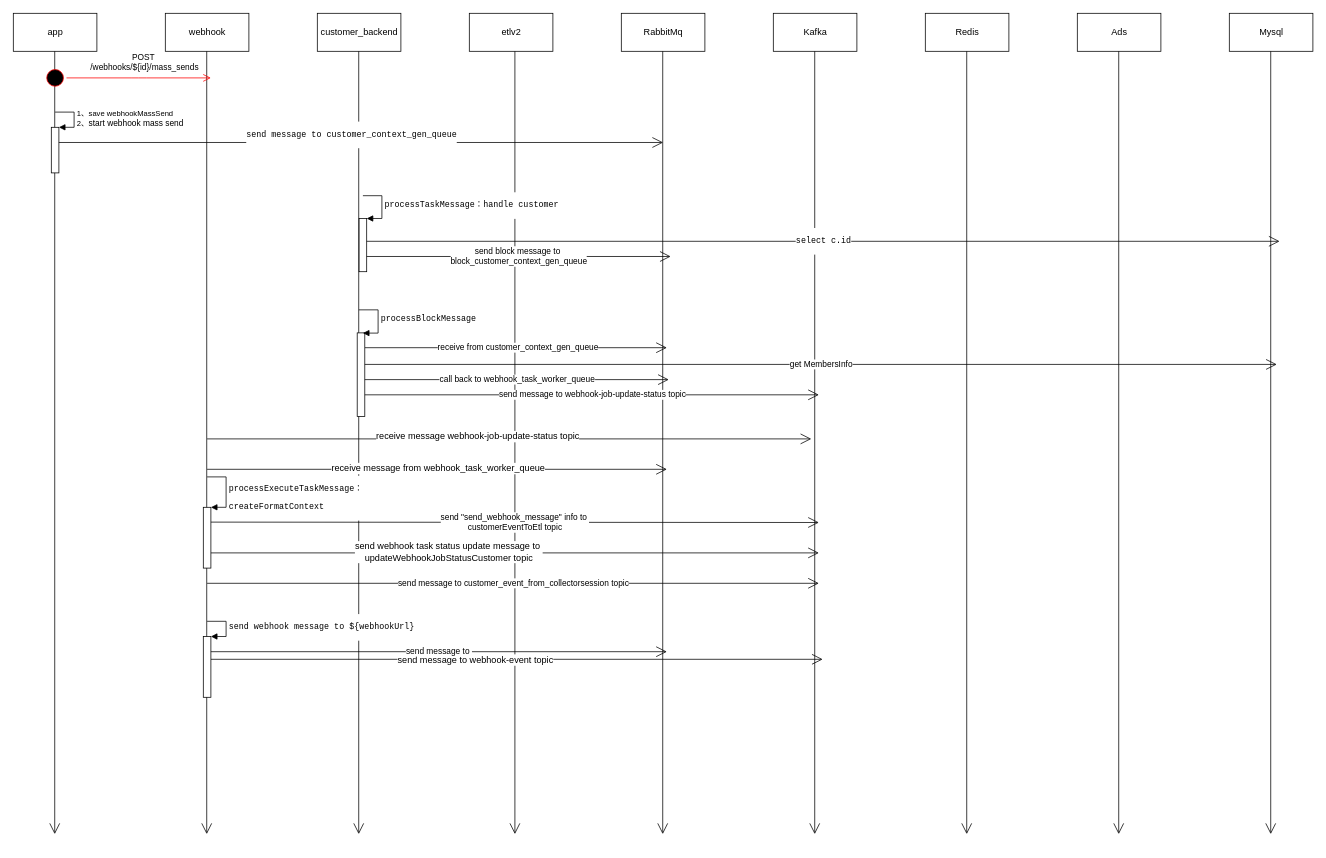
Before: Untitled Diagram.drawio in zqy16/Test, a draw.io diagram. Source tidied: cells renumbered, new cells numbered last; positions are measured from the earlier drawing's top-left corner, leaving out a move shared by most shapes. Both pictures are drawn from the tidied source at 76%, with x=0, y=0 at pixel (13, 13).
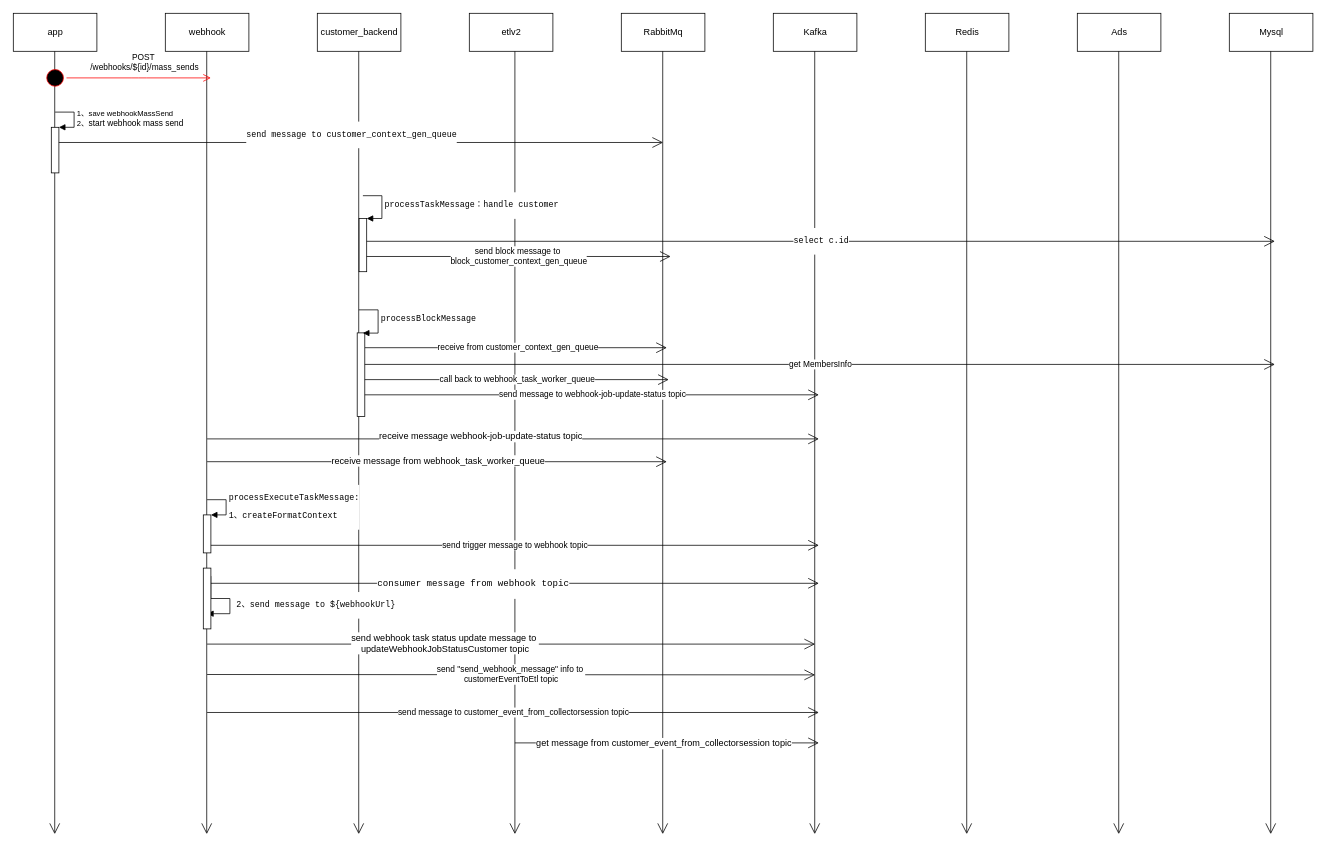
The same diagram, later.

The edit, as a diff of the source:
```diff
@@
     <mxCell id="29" value="&lt;pre&gt;&lt;span&gt;select c.id&lt;/span&gt;&lt;/pre&gt;" style="endArrow=open;endFill=1;endSize=12;html=1;" parent="1" edge="1">
       <mxGeometry relative="1" as="geometry">
         <mxPoint x="465" y="300" as="sourcePoint" />
-        <mxPoint x="1666.2" y="300" as="targetPoint" />
+        <mxPoint x="1660" y="300" as="targetPoint" />
       </mxGeometry>
     </mxCell>
@@
     <mxCell id="31" value="get&amp;nbsp;&lt;span&gt;MembersInfo&lt;/span&gt;" style="endArrow=open;endFill=1;endSize=12;html=1;" parent="1" edge="1">
       <mxGeometry relative="1" as="geometry">
         <mxPoint x="462.5" y="462" as="sourcePoint" />
-        <mxPoint x="1662.5" y="462" as="targetPoint" />
+        <mxPoint x="1660" y="462" as="targetPoint" />
       </mxGeometry>
     </mxCell>
@@
     <mxCell id="35" style="endArrow=open;endFill=1;endSize=12;html=1;" parent="1" edge="1">
       <mxGeometry relative="1" as="geometry">
-        <mxPoint x="255" y="600" as="sourcePoint" />
-        <mxPoint x="860" y="600" as="targetPoint" />
+        <mxPoint x="255" y="590" as="sourcePoint" />
+        <mxPoint x="860" y="590" as="targetPoint" />
       </mxGeometry>
     </mxCell>
@@
     <mxCell id="37" value="send message to&amp;nbsp;&lt;span&gt;customer_event_from_collectorsession topic&lt;/span&gt;&lt;br&gt;" style="endArrow=open;endFill=1;endSize=12;html=1;" parent="1" edge="1">
       <mxGeometry relative="1" as="geometry">
-        <mxPoint x="255" y="750" as="sourcePoint" />
-        <mxPoint x="1060" y="750" as="targetPoint" />
+        <mxPoint x="255" y="920" as="sourcePoint" />
+        <mxPoint x="1060" y="920" as="targetPoint" />
       </mxGeometry>
     </mxCell>
-    <mxCell id="38" style="endArrow=open;endFill=1;endSize=12;html=1;" parent="1" edge="1">
-      <mxGeometry relative="1" as="geometry">
-        <mxPoint x="260" y="850" as="sourcePoint" />
-        <mxPoint x="1065" y="850" as="targetPoint" />
-      </mxGeometry>
-    </mxCell>
-    <mxCell id="39" value="send message to&amp;nbsp;&lt;span&gt;webhook-event topic&lt;/span&gt;&lt;br&gt;" style="text;html=1;align=center;verticalAlign=middle;labelBackgroundColor=#ffffff;direction=south;" parent="38" vertex="1">
-      <mxGeometry x="-0.14" relative="1" as="geometry">
-        <mxPoint x="1" as="offset" />
-      </mxGeometry>
-    </mxCell>
     <mxCell id="40" style="endArrow=open;endFill=1;endSize=12;html=1;" parent="1" edge="1">
       <mxGeometry relative="1" as="geometry">
         <mxPoint x="255" y="560" as="sourcePoint" />
-        <mxPoint x="1050" y="560" as="targetPoint" />
+        <mxPoint x="1060" y="560" as="targetPoint" />
       </mxGeometry>
     </mxCell>
@@
-    <mxCell id="42" style="html=1;points=[];perimeter=orthogonalPerimeter;" parent="1" vertex="1">
-      <mxGeometry x="250" y="820" width="10" height="80" as="geometry" />
-    </mxCell>
-    <mxCell id="43" value="&lt;pre&gt;&lt;span&gt;send webhook message to &lt;/span&gt;${webhookUrl}&lt;/pre&gt;" style="edgeStyle=orthogonalEdgeStyle;html=1;align=left;spacingLeft=2;endArrow=block;rounded=0;entryX=1;entryY=0;" parent="1" edge="1" target="42">
-      <mxGeometry relative="1" as="geometry">
-        <mxPoint x="255" y="800" as="sourcePoint" />
-        <Array as="points">
-          <mxPoint x="280" y="800" />
-        </Array>
-      </mxGeometry>
-    </mxCell>
-    <mxCell id="44" value="send message to&amp;nbsp;" style="endArrow=open;endFill=1;endSize=12;html=1;" parent="1" edge="1">
-      <mxGeometry relative="1" as="geometry">
-        <mxPoint x="260" y="840" as="sourcePoint" />
-        <mxPoint x="860" y="840" as="targetPoint" />
-      </mxGeometry>
-    </mxCell>
-    <mxCell id="45" style="html=1;points=[];perimeter=orthogonalPerimeter;" parent="1" vertex="1">
-      <mxGeometry x="250" y="650" width="10" height="80" as="geometry" />
-    </mxCell>
-    <mxCell id="46" value="&lt;pre&gt;processExecuteTaskMessage：&lt;/pre&gt;&lt;pre&gt;createFormatContext&lt;/pre&gt;" style="edgeStyle=orthogonalEdgeStyle;html=1;align=left;spacingLeft=2;endArrow=block;rounded=0;entryX=1;entryY=0;" parent="1" edge="1" target="45">
-      <mxGeometry x="0.24" relative="1" as="geometry">
-        <mxPoint x="255" y="610" as="sourcePoint" />
-        <Array as="points">
-          <mxPoint x="255" y="610" />
-          <mxPoint x="280" y="610" />
-          <mxPoint x="280" y="650" />
-        </Array>
-      </mxGeometry>
-    </mxCell>
     <mxCell id="47" value="send &quot;&lt;span&gt;send_webhook_message&lt;/span&gt;&quot; info to&amp;nbsp;&lt;br&gt;customerEventToEtl topic&lt;br&gt;" style="endArrow=open;endFill=1;endSize=12;html=1;" parent="1" edge="1">
       <mxGeometry relative="1" as="geometry">
-        <mxPoint x="260" y="669.5" as="sourcePoint" />
-        <mxPoint x="1060" y="670" as="targetPoint" />
+        <mxPoint x="255" y="870" as="sourcePoint" />
+        <mxPoint x="1055" y="870.5" as="targetPoint" />
       </mxGeometry>
     </mxCell>
     <mxCell id="48" style="endArrow=open;endFill=1;endSize=12;html=1;" parent="1" edge="1">
       <mxGeometry relative="1" as="geometry">
-        <mxPoint x="260" y="710" as="sourcePoint" />
-        <mxPoint x="1060" y="710" as="targetPoint" />
+        <mxPoint x="255" y="830" as="sourcePoint" />
+        <mxPoint x="1055" y="830" as="targetPoint" />
       </mxGeometry>
     </mxCell>
@@
+    <mxCell id="50" style="html=1;points=[];perimeter=orthogonalPerimeter;" parent="1" vertex="1">
+      <mxGeometry x="250" y="660" width="10" height="50" as="geometry" />
+    </mxCell>
+    <mxCell id="51" value="&lt;pre&gt;processExecuteTaskMessage:&lt;/pre&gt;&lt;pre&gt;1、createFormatContext&lt;/pre&gt;" style="edgeStyle=orthogonalEdgeStyle;html=1;align=left;spacingLeft=2;endArrow=block;rounded=0;entryX=1;entryY=0;" parent="1" edge="1" target="50">
+      <mxGeometry x="0.08" relative="1" as="geometry">
+        <mxPoint x="255" y="640" as="sourcePoint" />
+        <Array as="points">
+          <mxPoint x="280" y="640" />
+        </Array>
+      </mxGeometry>
+    </mxCell>
+    <mxCell id="52" value="send trigger message to webhook topic" style="endArrow=open;endFill=1;endSize=12;html=1;" parent="1" edge="1">
+      <mxGeometry relative="1" as="geometry">
+        <mxPoint x="260" y="700" as="sourcePoint" />
+        <mxPoint x="1060" y="700" as="targetPoint" />
+      </mxGeometry>
+    </mxCell>
+    <mxCell id="53" value="&lt;pre&gt;2、send message to ${webhookUrl}&lt;/pre&gt;" style="edgeStyle=orthogonalEdgeStyle;html=1;align=left;spacingLeft=2;endArrow=block;rounded=0;exitX=0.99;exitY=0.132;exitDx=0;exitDy=0;exitPerimeter=0;" parent="1" edge="1" source="54">
+      <mxGeometry x="0.23" y="5" relative="1" as="geometry">
+        <mxPoint x="255" y="790" as="targetPoint" />
+        <Array as="points">
+          <mxPoint x="260" y="770" />
+          <mxPoint x="285" y="770" />
+          <mxPoint x="285" y="790" />
+        </Array>
+      </mxGeometry>
+    </mxCell>
+    <mxCell id="54" style="html=1;points=[];perimeter=orthogonalPerimeter;" parent="1" vertex="1">
+      <mxGeometry x="250" y="730" width="10" height="80" as="geometry" />
+    </mxCell>
+    <mxCell id="55" style="endArrow=open;endFill=1;endSize=12;html=1;" parent="1" edge="1">
+      <mxGeometry relative="1" as="geometry">
+        <mxPoint x="260" y="750" as="sourcePoint" />
+        <mxPoint x="1060" y="750" as="targetPoint" />
+      </mxGeometry>
+    </mxCell>
+    <mxCell id="56" value="&lt;pre&gt;consumer message from webhook topic&lt;/pre&gt;" style="text;html=1;align=center;verticalAlign=middle;labelBackgroundColor=#ffffff;" parent="55" vertex="1">
+      <mxGeometry x="-0.14" relative="1" as="geometry" />
+    </mxCell>
+    <mxCell id="57" style="endArrow=open;endFill=1;endSize=12;html=1;" parent="1" edge="1">
+      <mxGeometry relative="1" as="geometry">
+        <mxPoint x="660" y="960" as="sourcePoint" />
+        <mxPoint x="1060" y="960" as="targetPoint" />
+      </mxGeometry>
+    </mxCell>
+    <mxCell id="58" value="get message from&amp;nbsp;&lt;span&gt;customer_event_from_collectorsession topic&lt;/span&gt;" style="text;html=1;align=center;verticalAlign=middle;labelBackgroundColor=#ffffff;" parent="57" vertex="1">
+      <mxGeometry x="-0.2" y="-1" relative="1" as="geometry">
+        <mxPoint x="35" y="-1" as="offset" />
+      </mxGeometry>
+    </mxCell>
```
